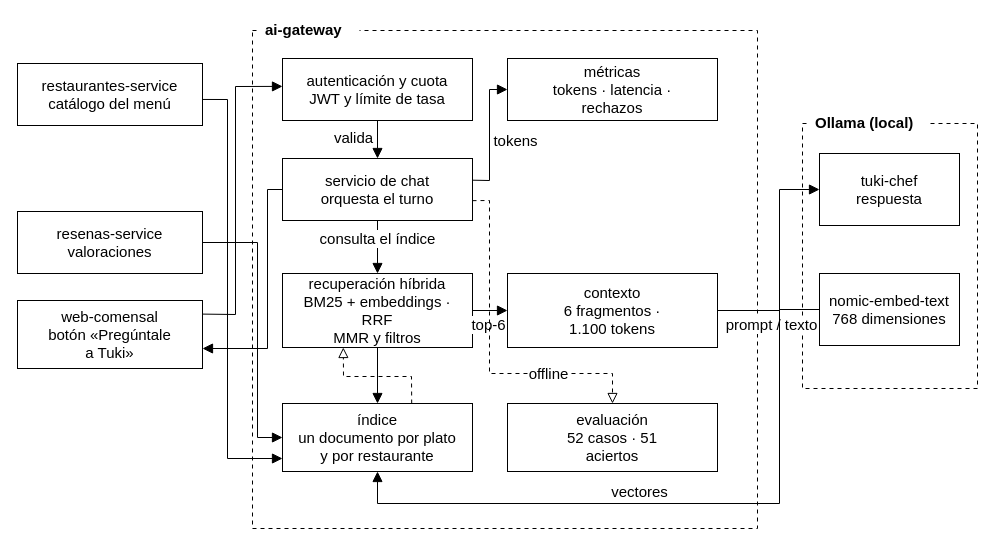
Above: diagramas tuki/Diagrama_AI_Gateway_Tuki.drawio in lianlee007/tuki (draw.io), before the change. Source tidied: cells renumbered, new cells numbered last; positions are measured from the earlier drawing's top-left corner, leaving out a move shared by most shapes. Both pictures are drawn from the tidied source at 100%, with x=0, y=0 at pixel (17, 17).
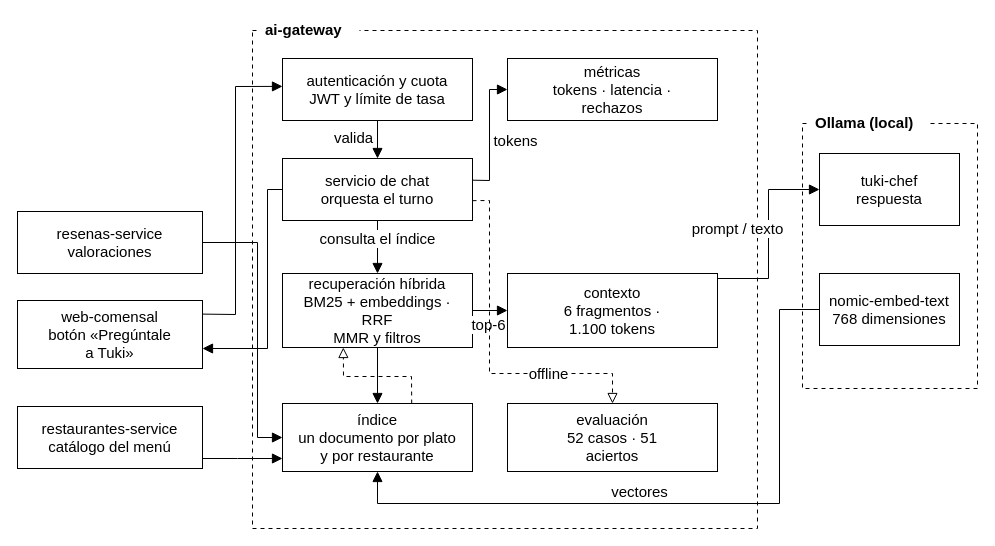
Above is the later version.

Commit message:
docs(diagrama)-Acrualizacion de Gateway

The change refers to these unchanged cells:
```xml
<mxCell id="12" value="índice&lt;br&gt;un documento por plato&lt;br&gt;y por restaurante" style="rounded=0;whiteSpace=wrap;html=1;fillColor=#ffffff;strokeColor=#000000;fontColor=#000000;fontFamily=Helvetica;fontSize=15;align=center;verticalAlign=middle;spacingLeft=6;spacingRight=6;spacingTop=4;spacingBottom=4;" parent="1" vertex="1">
  <mxGeometry x="265" y="386" width="190" height="68" as="geometry" />
</mxCell>
<mxCell id="14" value="contexto&lt;br&gt;6 fragmentos ·&lt;br&gt;1.100 tokens" style="rounded=0;whiteSpace=wrap;html=1;fillColor=#ffffff;strokeColor=#000000;fontColor=#000000;fontFamily=Helvetica;fontSize=15;align=center;verticalAlign=middle;spacingLeft=6;spacingRight=6;spacingTop=4;spacingBottom=4;" parent="1" vertex="1">
  <mxGeometry x="490" y="256" width="210" height="74" as="geometry" />
</mxCell>
<mxCell id="16" value="tuki-chef&lt;br&gt;respuesta" style="rounded=0;whiteSpace=wrap;html=1;fillColor=#ffffff;strokeColor=#000000;fontColor=#000000;fontFamily=Helvetica;fontSize=15;align=center;verticalAlign=middle;spacingLeft=6;spacingRight=6;spacingTop=4;spacingBottom=4;" parent="1" vertex="1">
  <mxGeometry x="802" y="136" width="140" height="72" as="geometry" />
</mxCell>
```

What changed in the source:
```diff
@@
     <mxCell id="6" value="restaurantes-service&lt;br&gt;catálogo del menú" style="rounded=0;whiteSpace=wrap;html=1;fillColor=#ffffff;strokeColor=#000000;fontColor=#000000;fontFamily=Helvetica;fontSize=15;align=center;verticalAlign=middle;spacingLeft=6;spacingRight=6;spacingTop=4;spacingBottom=4;" parent="1" vertex="1">
-      <mxGeometry y="46" width="185" height="62" as="geometry" />
+      <mxGeometry y="389" width="185" height="62" as="geometry" />
     </mxCell>
@@
-    <mxCell id="19" style="rounded=0;jettySize=auto;html=1;strokeColor=#000000;fontColor=#000000;fontFamily=Helvetica;fontSize=15;labelBackgroundColor=#ffffff;endArrow=block;endFill=1;endSize=8;exitX=1;exitY=0.58;exitDx=0;exitDy=0;edgeStyle=orthogonalEdgeStyle;" parent="1" edge="1" source="6" target="12">
+    <mxCell id="19" style="rounded=0;jettySize=auto;html=1;strokeColor=#000000;fontColor=#000000;fontFamily=Helvetica;fontSize=15;labelBackgroundColor=#ffffff;endArrow=block;endFill=1;endSize=8;edgeStyle=orthogonalEdgeStyle;" parent="1" edge="1" source="6" target="12">
       <mxGeometry x="-0.05" relative="1" as="geometry">
         <Array as="points">
-          <mxPoint x="210" y="82" />
-          <mxPoint x="210" y="441" />
+          <mxPoint x="220" y="441" />
+          <mxPoint x="220" y="441" />
         </Array>
       </mxGeometry>
     </mxCell>
@@
-    <mxCell id="27" value="prompt / texto" style="rounded=0;jettySize=auto;html=1;strokeColor=#000000;fontColor=#000000;fontFamily=Helvetica;fontSize=15;labelBackgroundColor=#ffffff;endArrow=block;endFill=1;endSize=8;exitX=1;exitY=0.5;exitDx=0;exitDy=0;entryX=0;entryY=0.5;entryDx=0;entryDy=0;" parent="1" edge="1" source="14" target="16">
-      <mxGeometry x="-0.52" y="-14" relative="1" as="geometry">
+    <mxCell id="27" value="prompt / texto" style="rounded=0;jettySize=auto;html=1;strokeColor=#000000;fontColor=#000000;fontFamily=Helvetica;fontSize=15;labelBackgroundColor=#ffffff;endArrow=block;endFill=1;endSize=8;entryX=0;entryY=0.5;entryDx=0;entryDy=0;edgeStyle=orthogonalEdgeStyle;" parent="1" edge="1" source="14" target="16">
+      <mxGeometry x="0.06" y="31" relative="1" as="geometry">
         <Array as="points">
-          <mxPoint x="762" y="293" />
-          <mxPoint x="762" y="172" />
+          <mxPoint x="751" y="261" />
+          <mxPoint x="751" y="172" />
         </Array>
       </mxGeometry>
     </mxCell>
```
